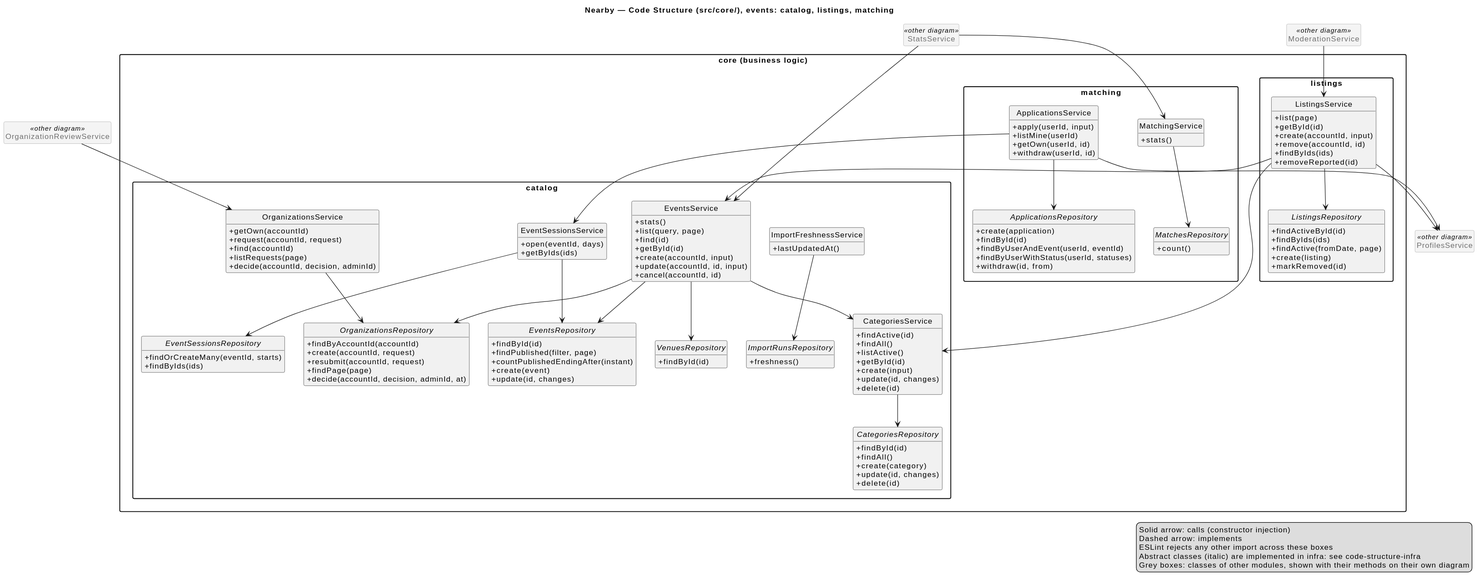
This is docs/architecture/uml/rendered/code-structure-core-events.svg from ukma-fin-ssdm-2026/pun-intended-team, a PlantUML export, as it was before one commit.
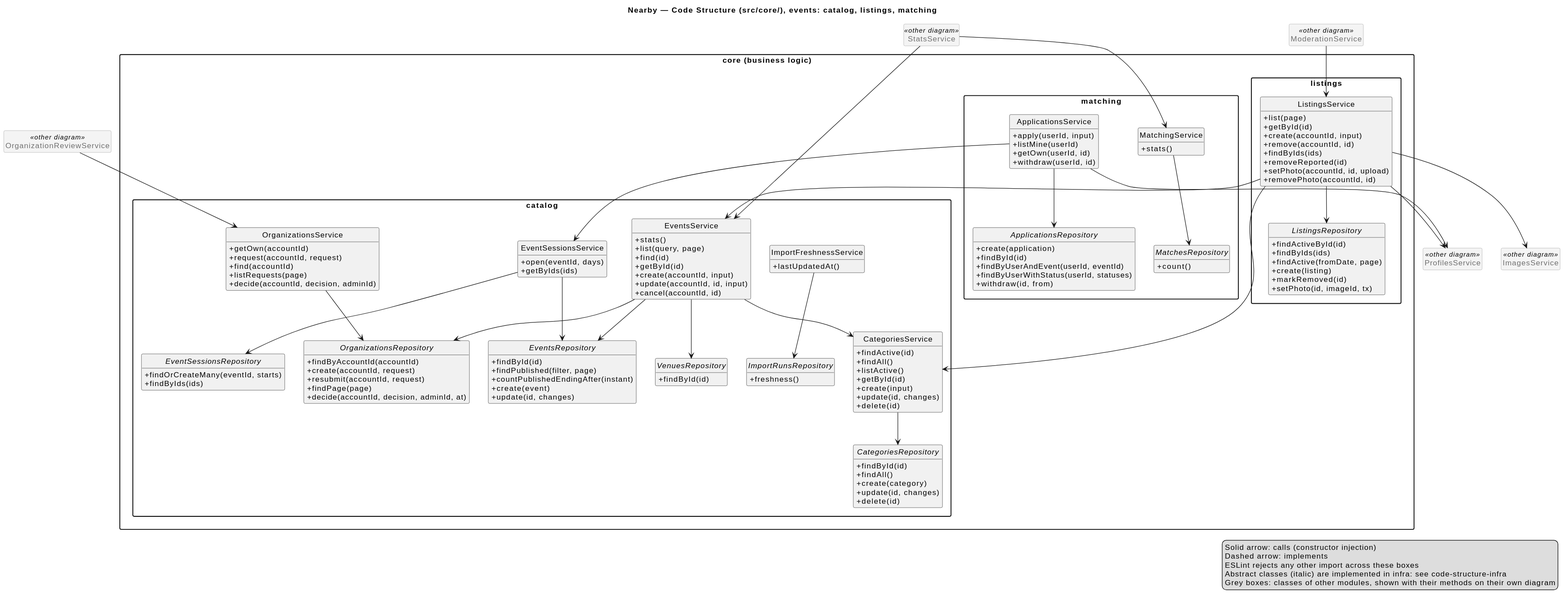
Later version of the same file.

What changed in the source:
```diff
@@ -86,6 +86,8 @@
       +remove(accountId, id)
       +findByIds(ids)
       +removeReported(id)
+      +setPhoto(accountId, id, upload)
+      +removePhoto(accountId, id)
     }
     abstract class ListingsRepository {
       +findActiveById(id)
@@ -93,6 +95,7 @@
       +findActive(fromDate, page)
       +create(listing)
       +markRemoved(id)
+      +setPhoto(id, imageId, tx)
     }
   }
   package matching {
@@ -119,6 +122,7 @@
 }
 
 class ProfilesService <<other diagram>>
+class ImagesService <<other diagram>>
 class ModerationService <<other diagram>>
 class OrganizationReviewService <<other diagram>>
 class StatsService <<other diagram>>
@@ -138,6 +142,7 @@
 ListingsService --> CategoriesService
 ListingsService --> EventsService
 ListingsService --> ProfilesService
+ListingsService --> ImagesService
 ApplicationsService --> ApplicationsRepository
 ApplicationsService --> EventSessionsService
 ApplicationsService --> ProfilesService
```
